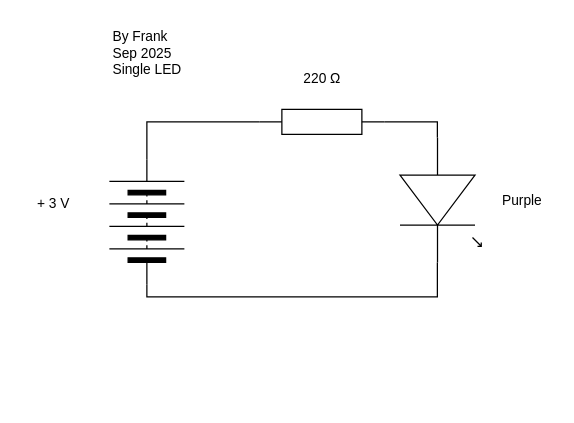
Before: single_LED.drawio in Frank-Cleasby/TEJ2O-Unit5-03, a draw.io diagram. Source tidied: cells renumbered, new cells numbered last; positions are measured from the earlier drawing's top-left corner, leaving out a move shared by most shapes. Both pictures are drawn from the tidied source at 125%, with x=0, y=0 at pixel (21, 21).
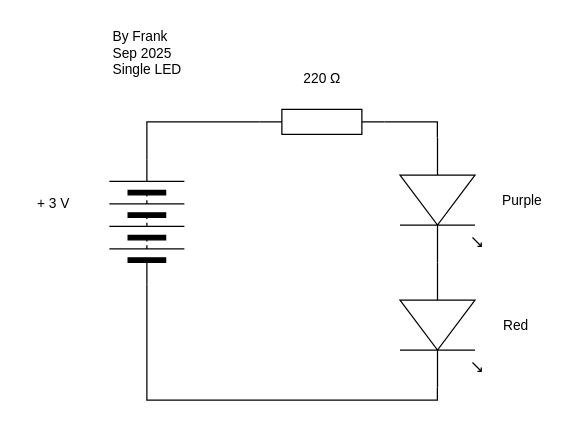
The same diagram, later.

The edit, as a diff of the source:
```diff
@@
 <mxGraphModel>
   <root>
     <mxCell id="0" />
     <mxCell id="1" parent="0" />
     <mxCell id="2" style="verticalLabelPosition=bottom;shadow=0;dashed=0;align=center;html=1;verticalAlign=top;shape=mxgraph.electrical.resistors.resistor_1;" parent="1" vertex="1">
       <mxGeometry x="190" y="70" width="100" height="20" as="geometry" />
     </mxCell>
     <mxCell id="3" style="verticalLabelPosition=bottom;shadow=0;dashed=0;align=center;html=1;verticalAlign=top;shape=mxgraph.electrical.miscellaneous.batteryStack;rotation=-90;" parent="1" vertex="1">
       <mxGeometry x="50" y="130" width="100" height="60" as="geometry" />
     </mxCell>
-    <mxCell id="4" style="edgeStyle=orthogonalEdgeStyle;shape=connector;curved=0;rounded=0;html=1;exitX=1;exitY=0.54;exitDx=0;exitDy=0;exitPerimeter=0;entryX=0;entryY=0.5;entryDx=0;entryDy=0;strokeColor=default;align=center;verticalAlign=middle;fontFamily=Helvetica;fontSize=11;fontColor=default;labelBackgroundColor=default;endArrow=none;endFill=0;" parent="1" edge="1" source="5" target="3">
+    <mxCell id="4" style="edgeStyle=orthogonalEdgeStyle;shape=connector;curved=0;rounded=0;html=1;entryX=0;entryY=0.5;entryDx=0;entryDy=0;strokeColor=default;align=center;verticalAlign=middle;fontFamily=Helvetica;fontSize=11;fontColor=default;labelBackgroundColor=default;endArrow=none;endFill=0;exitX=1;exitY=0.54;exitDx=0;exitDy=0;exitPerimeter=0;" parent="1" edge="1" source="12" target="3">
       <mxGeometry relative="1" as="geometry" />
     </mxCell>
     <mxCell id="5" style="verticalLabelPosition=bottom;shadow=0;dashed=0;align=center;html=1;verticalAlign=top;shape=mxgraph.electrical.opto_electronics.led_1;rotation=90;" parent="1" vertex="1">
       <mxGeometry x="285" y="110" width="100" height="65" as="geometry" />
     </mxCell>
     <mxCell id="6" style="edgeStyle=orthogonalEdgeStyle;html=1;exitX=1;exitY=0.5;exitDx=0;exitDy=0;entryX=0;entryY=0.5;entryDx=0;entryDy=0;entryPerimeter=0;rounded=0;curved=0;endArrow=none;endFill=0;" parent="1" edge="1" source="3" target="2">
       <mxGeometry relative="1" as="geometry" />
     </mxCell>
     <mxCell id="7" style="edgeStyle=orthogonalEdgeStyle;shape=connector;curved=0;rounded=0;html=1;exitX=1;exitY=0.5;exitDx=0;exitDy=0;exitPerimeter=0;entryX=0;entryY=0.54;entryDx=0;entryDy=0;entryPerimeter=0;strokeColor=default;align=center;verticalAlign=middle;fontFamily=Helvetica;fontSize=11;fontColor=default;labelBackgroundColor=default;endArrow=none;endFill=0;" parent="1" edge="1" source="2" target="5">
       <mxGeometry relative="1" as="geometry" />
     </mxCell>
     <mxCell id="8" value="Purple" style="text;html=1;align=center;verticalAlign=middle;strokeColor=none;fillColor=none;fontFamily=Helvetica;fontSize=11;fontColor=default;labelBackgroundColor=default;" parent="1" vertex="1">
       <mxGeometry x="375" y="128" width="50" height="30" as="geometry" />
     </mxCell>
     <mxCell id="9" value="220&amp;nbsp;Ω" style="text;html=1;align=center;verticalAlign=middle;strokeColor=none;fillColor=none;fontFamily=Helvetica;fontSize=11;fontColor=default;labelBackgroundColor=default;" parent="1" vertex="1">
       <mxGeometry x="215" y="30" width="50" height="30" as="geometry" />
     </mxCell>
     <mxCell id="10" value="+ 3 V" style="text;html=1;align=center;verticalAlign=middle;strokeColor=none;fillColor=none;fontFamily=Helvetica;fontSize=11;fontColor=default;labelBackgroundColor=default;" parent="1" vertex="1">
       <mxGeometry y="130" width="50" height="30" as="geometry" />
     </mxCell>
     <mxCell id="11" value="&lt;div style=&quot;text-align: left;&quot;&gt;&lt;span style=&quot;background-color: light-dark(#ffffff, var(--ge-dark-color, #121212));&quot;&gt;By Frank&lt;/span&gt;&lt;/div&gt;&lt;div style=&quot;text-align: left;&quot;&gt;Sep 2025&lt;/div&gt;&lt;div&gt;Single LED&lt;/div&gt;" style="text;html=1;align=center;verticalAlign=middle;strokeColor=none;fillColor=none;fontFamily=Helvetica;fontSize=11;fontColor=default;labelBackgroundColor=default;" parent="1" vertex="1">
       <mxGeometry x="60" width="80" height="50" as="geometry" />
     </mxCell>
+    <mxCell id="12" style="verticalLabelPosition=bottom;shadow=0;dashed=0;align=center;html=1;verticalAlign=top;shape=mxgraph.electrical.opto_electronics.led_1;rotation=90;" parent="1" vertex="1">
+      <mxGeometry x="285" y="210" width="100" height="65" as="geometry" />
+    </mxCell>
+    <mxCell id="13" value="Red" style="text;html=1;align=center;verticalAlign=middle;strokeColor=none;fillColor=none;fontFamily=Helvetica;fontSize=11;fontColor=default;labelBackgroundColor=default;" parent="1" vertex="1">
+      <mxGeometry x="375" y="227.5" width="40" height="30" as="geometry" />
+    </mxCell>
   </root>
 </mxGraphModel>
```
